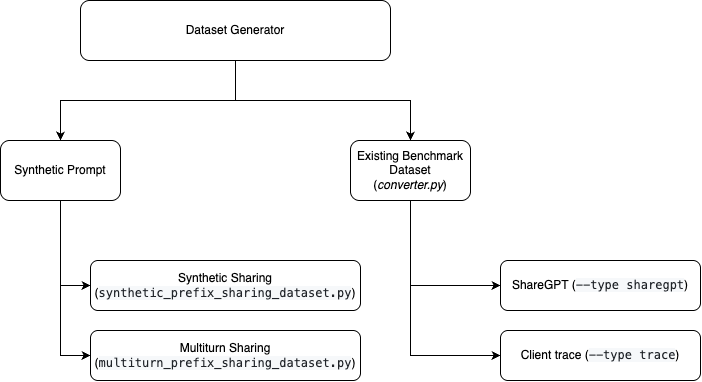
The draw.io diagram benchmarks/image/aibrix-benchmark-dataset.png in Yaegaki1Erika/aibrix, before a commit. Source tidied: cells renumbered, new cells last; positions are measured from the earlier drawing's top-left corner, leaving out a move shared by most shapes.
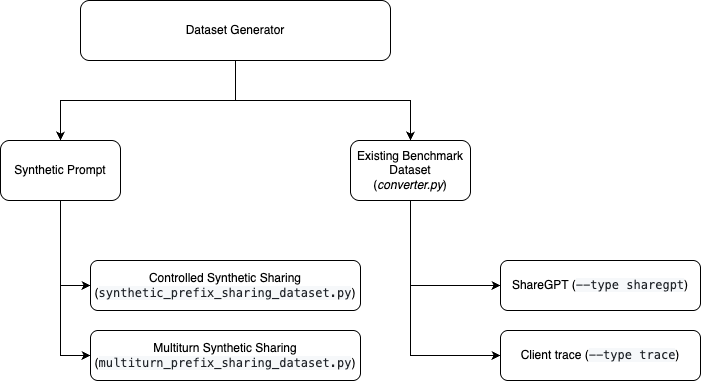
The same file after the commit.

Diff of the diagram source:
```diff
@@ -31,10 +31,10 @@
     <mxCell id="9" value="Existing Benchmark Dataset (&lt;i&gt;converter.py&lt;/i&gt;)" style="whiteSpace=wrap;html=1;rounded=1;" parent="1" vertex="1">
       <mxGeometry x="350" y="140" width="120" height="60" as="geometry" />
     </mxCell>
-    <mxCell id="10" value="Synthetic Sharing (&lt;span style=&quot;background-color: rgb(246, 248, 250); color: rgb(31, 35, 40); font-family: var(--fontStack-monospace, ui-monospace, SFMono-Regular, SF Mono, Menlo, Consolas, Liberation Mono, monospace); text-align: start;&quot;&gt;&lt;font&gt;synthetic_prefix_sharing_dataset.py&lt;/font&gt;&lt;/span&gt;)" style="whiteSpace=wrap;html=1;rounded=1;" parent="1" vertex="1">
+    <mxCell id="10" value="Controlled Synthetic Sharing (&lt;span style=&quot;background-color: rgb(246, 248, 250); color: rgb(31, 35, 40); font-family: var(--fontStack-monospace, ui-monospace, SFMono-Regular, SF Mono, Menlo, Consolas, Liberation Mono, monospace); text-align: start;&quot;&gt;&lt;font&gt;synthetic_prefix_sharing_dataset.py&lt;/font&gt;&lt;/span&gt;)" style="whiteSpace=wrap;html=1;rounded=1;" parent="1" vertex="1">
       <mxGeometry x="90" y="260" width="270" height="50" as="geometry" />
     </mxCell>
-    <mxCell id="11" value="Multiturn Sharing (&lt;span style=&quot;background-color: rgb(246, 248, 250); color: rgb(31, 35, 40); font-family: var(--fontStack-monospace, ui-monospace, SFMono-Regular, SF Mono, Menlo, Consolas, Liberation Mono, monospace); text-align: start;&quot;&gt;&lt;font&gt;multiturn_prefix_sharing_dataset.py&lt;/font&gt;&lt;/span&gt;&lt;span style=&quot;background-color: transparent; color: light-dark(rgb(0, 0, 0), rgb(255, 255, 255));&quot;&gt;)&lt;/span&gt;" style="whiteSpace=wrap;html=1;rounded=1;" parent="1" vertex="1">
+    <mxCell id="11" value="Multiturn Synthetic Sharing (&lt;span style=&quot;background-color: rgb(246, 248, 250); color: rgb(31, 35, 40); font-family: var(--fontStack-monospace, ui-monospace, SFMono-Regular, SF Mono, Menlo, Consolas, Liberation Mono, monospace); text-align: start;&quot;&gt;&lt;font&gt;multiturn_prefix_sharing_dataset.py&lt;/font&gt;&lt;/span&gt;&lt;span style=&quot;background-color: transparent; color: light-dark(rgb(0, 0, 0), rgb(255, 255, 255));&quot;&gt;)&lt;/span&gt;" style="whiteSpace=wrap;html=1;rounded=1;" parent="1" vertex="1">
       <mxGeometry x="90" y="330" width="270" height="50" as="geometry" />
     </mxCell>
     <mxCell id="12" value="&lt;font&gt;ShareGPT (&lt;span style=&quot;background-color: rgb(246, 248, 250); color: rgb(31, 35, 40); font-family: var(--fontStack-monospace, ui-monospace, SFMono-Regular, SF Mono, Menlo, Consolas, Liberation Mono, monospace); text-align: start;&quot;&gt;--type sharegpt&lt;/span&gt;&lt;span style=&quot;background-color: transparent; color: light-dark(rgb(0, 0, 0), rgb(255, 255, 255));&quot;&gt;)&lt;/span&gt;&lt;/font&gt;" style="whiteSpace=wrap;html=1;rounded=1;" parent="1" vertex="1">
```
